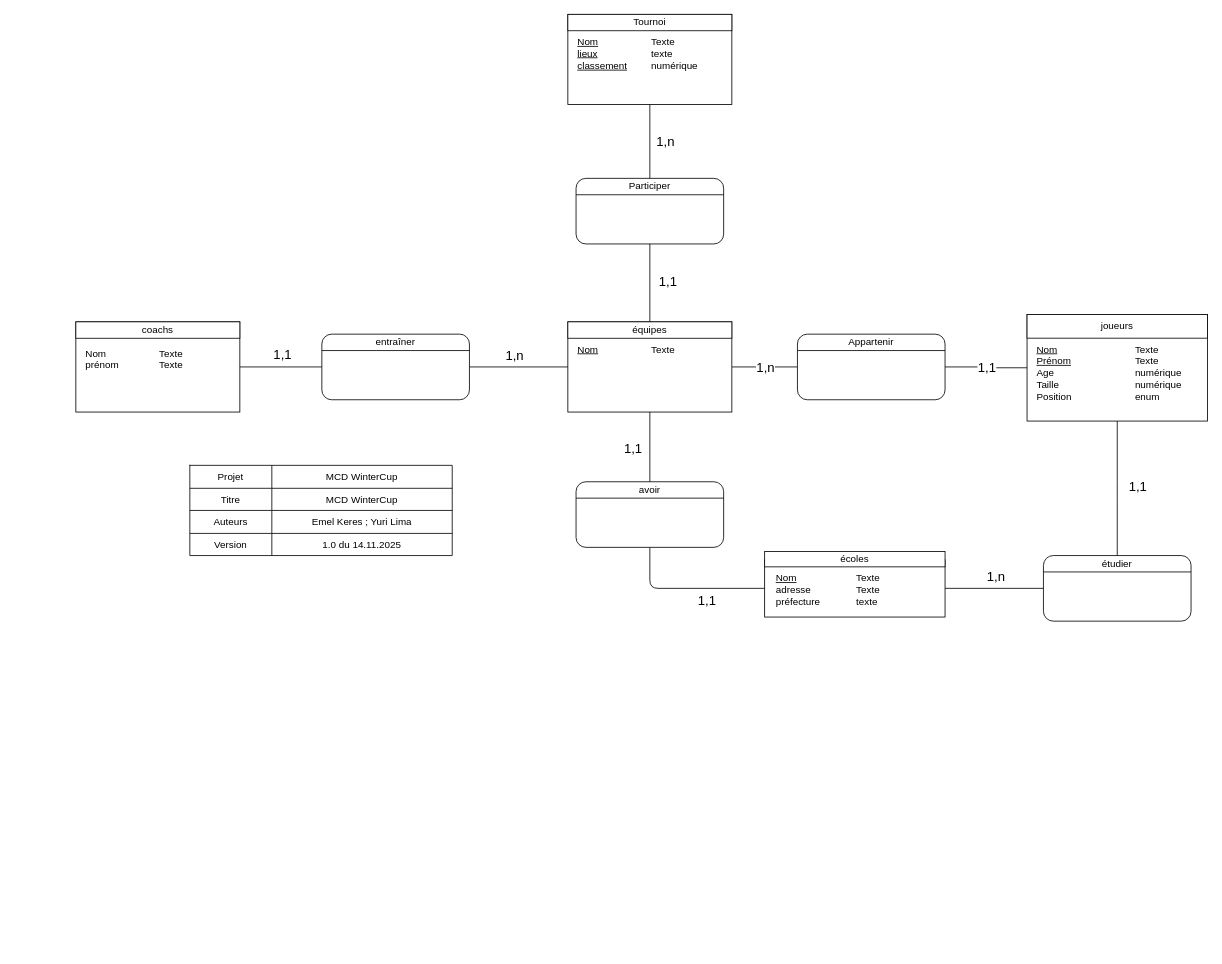
Before: mcd_WinterCup/MCD_WinterCup_EK_YL.drawio in yyl05/ProjDBPy_2025_WinterCup, a draw.io diagram. Source tidied: cells renumbered, new cells numbered last; positions are measured from the earlier drawing's top-left corner, leaving out a move shared by most shapes. Both pictures are drawn from the tidied source at 82%, with x=0, y=0 at pixel (75, 14).
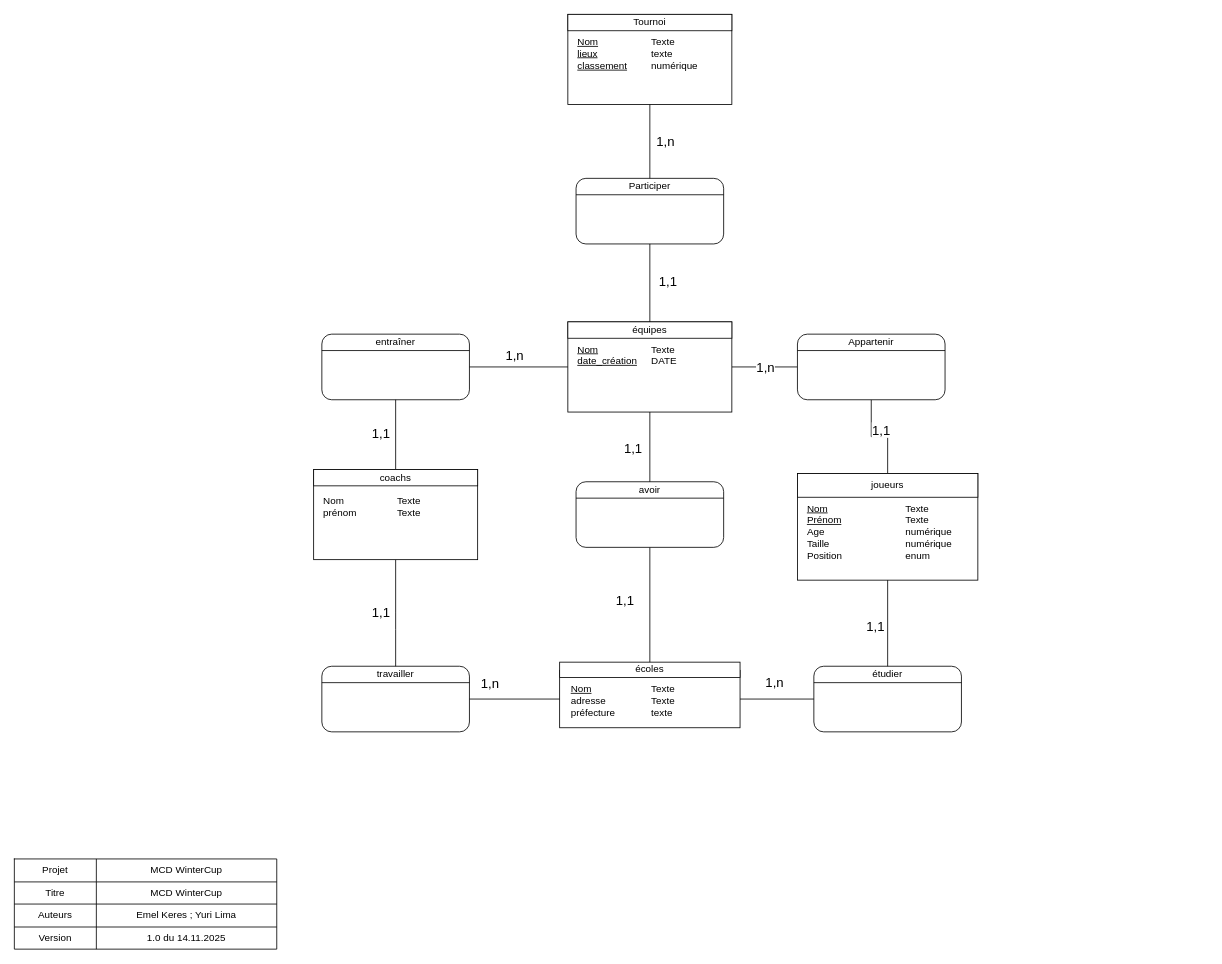
Above is the later version.

Commit message:
Modification du MCD, rajout des informations dans les tables

The change refers to these unchanged cells:
```xml
<mxCell id="6" style="group;" parent="1" vertex="1">
  <mxGeometry x="600" y="375" width="200" height="110" as="geometry" />
</mxCell>
<mxCell id="12" value="&lt;div style=&quot;box-sizing: border-box ; width: 100% ; padding: 2px&quot;&gt;&lt;br&gt;&lt;/div&gt;" style="verticalAlign=top;align=center;overflow=fill;html=1;rounded=1;shadow=0;comic=0;labelBackgroundColor=none;strokeColor=#000000;strokeWidth=1;fillColor=#ffffff;fontFamily=Verdana;fontSize=12;fontColor=#000000;" parent="11" vertex="1">
  <mxGeometry width="180" height="80" as="geometry" />
</mxCell>
<mxCell id="16" value="&lt;div style=&quot;box-sizing: border-box ; width: 100% ; padding: 2px&quot;&gt;&lt;br&gt;&lt;/div&gt;" style="verticalAlign=top;align=center;overflow=fill;html=1;rounded=0;shadow=0;comic=0;labelBackgroundColor=none;strokeColor=#000000;strokeWidth=1;fillColor=#ffffff;fontFamily=Verdana;fontSize=12;fontColor=#000000;" parent="15" vertex="1">
  <mxGeometry width="220" height="130" as="geometry" />
</mxCell>
<mxCell id="17" value="joueurs" style="rounded=0;whiteSpace=wrap;html=1;" parent="15" vertex="1">
  <mxGeometry width="220" height="28.9" as="geometry" />
</mxCell>
<mxCell id="21" value="&lt;div style=&quot;box-sizing: border-box ; width: 100% ; padding: 2px&quot;&gt;&lt;br&gt;&lt;/div&gt;" style="verticalAlign=top;align=center;overflow=fill;html=1;rounded=0;shadow=0;comic=0;labelBackgroundColor=none;strokeColor=#000000;strokeWidth=1;fillColor=#ffffff;fontFamily=Verdana;fontSize=12;fontColor=#000000;" parent="20" vertex="1">
  <mxGeometry width="220" height="70" as="geometry" />
</mxCell>
<mxCell id="22" value="écoles" style="rounded=0;whiteSpace=wrap;html=1;" parent="20" vertex="1">
  <mxGeometry y="-10" width="220" height="18.8" as="geometry" />
</mxCell>
<mxCell id="33" value="&lt;div style=&quot;box-sizing: border-box ; width: 100% ; padding: 2px&quot;&gt;&lt;br&gt;&lt;/div&gt;" style="verticalAlign=top;align=center;overflow=fill;html=1;rounded=1;shadow=0;comic=0;labelBackgroundColor=none;strokeColor=#000000;strokeWidth=1;fillColor=#ffffff;fontFamily=Verdana;fontSize=12;fontColor=#000000;" parent="32" vertex="1">
  <mxGeometry width="180" height="80" as="geometry" />
</mxCell>
<mxCell id="42" value="&lt;div style=&quot;box-sizing: border-box ; width: 100% ; padding: 2px&quot;&gt;&lt;br&gt;&lt;/div&gt;" style="verticalAlign=top;align=center;overflow=fill;html=1;rounded=1;shadow=0;comic=0;labelBackgroundColor=none;strokeColor=#000000;strokeWidth=1;fillColor=#ffffff;fontFamily=Verdana;fontSize=12;fontColor=#000000;" parent="41" vertex="1">
  <mxGeometry width="180" height="80" as="geometry" />
</mxCell>
<mxCell id="55" value="&lt;div style=&quot;box-sizing: border-box ; width: 100% ; padding: 2px&quot;&gt;&lt;br&gt;&lt;/div&gt;" style="verticalAlign=top;align=center;overflow=fill;html=1;rounded=1;shadow=0;comic=0;labelBackgroundColor=none;strokeColor=#000000;strokeWidth=1;fillColor=#ffffff;fontFamily=Verdana;fontSize=12;fontColor=#000000;" parent="54" vertex="1">
  <mxGeometry width="180" height="80" as="geometry" />
</mxCell>
```

Diff of the diagram source:
```diff
@@
-    <mxCell id="4" style="edgeStyle=orthogonalEdgeStyle;rounded=0;jettySize=auto;html=1;startArrow=none;startFill=0;endArrow=none;endFill=0;exitX=0;exitY=0.5;exitDx=0;exitDy=0;" parent="1" edge="1" source="16" target="12">
+    <mxCell id="4" style="edgeStyle=orthogonalEdgeStyle;rounded=0;jettySize=auto;html=1;startArrow=none;startFill=0;endArrow=none;endFill=0;exitX=0.5;exitY=0;exitDx=0;exitDy=0;" parent="1" edge="1" source="17" target="12">
       <mxGeometry relative="1" as="geometry" />
     </mxCell>
     <mxCell id="5" value="1,1" style="text;html=1;align=center;verticalAlign=middle;labelBackgroundColor=#ffffff;fontSize=16;" parent="4" vertex="1">
       <mxGeometry x="-0.65" relative="1" as="geometry">
-        <mxPoint x="-32" y="-1" as="offset" />
+        <mxPoint x="-9" y="-35" as="offset" />
       </mxGeometry>
     </mxCell>
@@
-    <mxCell id="9" value="&lt;u&gt;Nom&lt;br&gt;&lt;/u&gt;" style="text;html=1;strokeColor=none;fillColor=none;align=left;verticalAlign=top;whiteSpace=wrap;rounded=0;" parent="6" vertex="1">
+    <mxCell id="9" value="&lt;u&gt;Nom&lt;br&gt;date_création&lt;br&gt;&lt;/u&gt;" style="text;html=1;strokeColor=none;fillColor=none;align=left;verticalAlign=top;whiteSpace=wrap;rounded=0;" parent="6" vertex="1">
       <mxGeometry x="10" y="20" width="90" height="70" as="geometry" />
     </mxCell>
-    <mxCell id="10" value="Texte" style="text;html=1;strokeColor=none;fillColor=none;align=left;verticalAlign=top;whiteSpace=wrap;rounded=0;" parent="6" vertex="1">
+    <mxCell id="10" value="Texte&lt;br&gt;DATE" style="text;html=1;strokeColor=none;fillColor=none;align=left;verticalAlign=top;whiteSpace=wrap;rounded=0;" parent="6" vertex="1">
       <mxGeometry x="100" y="20" width="90" height="80" as="geometry" />
     </mxCell>
@@
     <mxCell id="15" style="group;" parent="1" vertex="1">
-      <mxGeometry x="1160" y="366" width="220" height="130" as="geometry" />
+      <mxGeometry x="880" y="560" width="220" height="130" as="geometry" />
     </mxCell>
@@
     <mxCell id="20" style="group;" parent="1" vertex="1">
-      <mxGeometry x="840" y="665" width="220" height="70" as="geometry" />
+      <mxGeometry x="590" y="800" width="220" height="70" as="geometry" />
     </mxCell>
@@
     <mxCell id="30" value="1,n" style="text;html=1;align=center;verticalAlign=middle;labelBackgroundColor=#ffffff;direction=south;fontSize=16;" parent="1" vertex="1">
-      <mxGeometry x="1090" y="670" as="geometry">
+      <mxGeometry x="820" y="800" as="geometry">
         <mxPoint x="31" y="14" as="offset" />
       </mxGeometry>
     </mxCell>
     <mxCell id="31" value="1,1" style="text;html=1;align=center;verticalAlign=middle;labelBackgroundColor=#ffffff;fontSize=16;" parent="1" vertex="1">
-      <mxGeometry x="1320" y="570" as="geometry">
+      <mxGeometry x="1000" y="740" as="geometry">
         <mxPoint x="-26" y="5" as="offset" />
       </mxGeometry>
     </mxCell>
     <mxCell id="32" style="group;" parent="1" vertex="1">
-      <mxGeometry x="1180" y="660" width="180" height="80" as="geometry" />
+      <mxGeometry x="900" y="795" width="180" height="80" as="geometry" />
     </mxCell>
@@
     <mxCell id="36" style="endArrow=none;html=1;entryX=0.5;entryY=1;entryDx=0;entryDy=0;exitX=0.5;exitY=0;exitDx=0;exitDy=0;" parent="1" edge="1" source="33" target="16">
-      <mxGeometry relative="1" as="geometry">
-        <Array as="points">
-          <mxPoint x="1270" y="580" />
-        </Array>
-      </mxGeometry>
+      <mxGeometry relative="1" as="geometry" />
     </mxCell>
@@
-    <mxCell id="38" style="endArrow=none;html=1;exitX=0;exitY=0.5;exitDx=0;exitDy=0;entryX=0.5;entryY=1;entryDx=0;entryDy=0;" parent="1" edge="1" source="21" target="42">
-      <mxGeometry relative="1" as="geometry">
-        <Array as="points">
-          <mxPoint x="700" y="700" />
-        </Array>
-      </mxGeometry>
+    <mxCell id="38" style="endArrow=none;html=1;exitX=0.5;exitY=0;exitDx=0;exitDy=0;entryX=0.5;entryY=1;entryDx=0;entryDy=0;" parent="1" edge="1" source="22" target="42">
+      <mxGeometry relative="1" as="geometry" />
     </mxCell>
     <mxCell id="39" value="&lt;font style=&quot;font-size: 16px&quot;&gt;1,1&lt;/font&gt;" style="text;html=1;strokeColor=none;fillColor=none;align=center;verticalAlign=middle;whiteSpace=wrap;rounded=0;" parent="1" vertex="1">
-      <mxGeometry x="740" y="700" width="60" height="30" as="geometry" />
+      <mxGeometry x="640" y="700" width="60" height="30" as="geometry" />
     </mxCell>
@@
-    <mxCell id="47" style="group;" parent="1" vertex="1">
-      <mxGeometry y="380" width="200" height="110" as="geometry" />
-    </mxCell>
-    <mxCell id="48" value="&lt;div style=&quot;box-sizing: border-box ; width: 100% ; padding: 2px&quot;&gt;&lt;br&gt;&lt;/div&gt;" style="verticalAlign=top;align=center;overflow=fill;html=1;rounded=0;shadow=0;comic=0;labelBackgroundColor=none;strokeColor=#000000;strokeWidth=1;fillColor=#ffffff;fontFamily=Verdana;fontSize=12;fontColor=#000000;" parent="47" vertex="1">
-      <mxGeometry y="-5" width="200" height="110" as="geometry" />
-    </mxCell>
-    <mxCell id="49" value="coachs" style="rounded=0;whiteSpace=wrap;html=1;" parent="47" vertex="1">
-      <mxGeometry y="-5" width="200" height="20" as="geometry" />
-    </mxCell>
-    <mxCell id="50" value="Nom&lt;br&gt;prénom" style="text;html=1;strokeColor=none;fillColor=none;align=left;verticalAlign=top;whiteSpace=wrap;rounded=0;" parent="47" vertex="1">
-      <mxGeometry x="10" y="20" width="90" height="70" as="geometry" />
-    </mxCell>
-    <mxCell id="51" value="Texte&lt;br&gt;Texte" style="text;html=1;strokeColor=none;fillColor=none;align=left;verticalAlign=top;whiteSpace=wrap;rounded=0;" parent="47" vertex="1">
-      <mxGeometry x="100" y="20" width="90" height="80" as="geometry" />
-    </mxCell>
     <mxCell id="52" value="1,1" style="text;html=1;align=center;verticalAlign=middle;labelBackgroundColor=#ffffff;direction=south;fontSize=16;" parent="1" vertex="1">
-      <mxGeometry x="220" y="400" as="geometry">
+      <mxGeometry x="340" y="496" as="geometry">
         <mxPoint x="31" y="14" as="offset" />
       </mxGeometry>
     </mxCell>
@@
-    <mxCell id="59" style="endArrow=none;html=1;exitX=1;exitY=0.5;exitDx=0;exitDy=0;entryX=0;entryY=0.5;entryDx=0;entryDy=0;" parent="1" edge="1" source="48" target="55">
+    <mxCell id="59" style="endArrow=none;html=1;exitX=0.5;exitY=0;exitDx=0;exitDy=0;entryX=0.5;entryY=1;entryDx=0;entryDy=0;" parent="1" edge="1" source="48" target="55">
       <mxGeometry relative="1" as="geometry" />
     </mxCell>
@@
+    <mxCell id="81" value="1,1" style="text;html=1;align=center;verticalAlign=middle;labelBackgroundColor=#ffffff;direction=south;fontSize=16;" parent="1" vertex="1">
+      <mxGeometry x="340" y="715" as="geometry">
+        <mxPoint x="31" y="14" as="offset" />
+      </mxGeometry>
+    </mxCell>
+    <mxCell id="82" value="1,n" style="text;html=1;align=center;verticalAlign=middle;labelBackgroundColor=#ffffff;fontSize=16;" parent="1" vertex="1">
+      <mxGeometry x="530" y="810" as="geometry">
+        <mxPoint x="-26" y="5" as="offset" />
+      </mxGeometry>
+    </mxCell>
+    <mxCell id="83" style="group;" parent="1" vertex="1">
+      <mxGeometry x="300" y="795" width="180" height="80" as="geometry" />
+    </mxCell>
+    <mxCell id="84" value="&lt;div style=&quot;box-sizing: border-box ; width: 100% ; padding: 2px&quot;&gt;&lt;br&gt;&lt;/div&gt;" style="verticalAlign=top;align=center;overflow=fill;html=1;rounded=1;shadow=0;comic=0;labelBackgroundColor=none;strokeColor=#000000;strokeWidth=1;fillColor=#ffffff;fontFamily=Verdana;fontSize=12;fontColor=#000000;" parent="83" vertex="1">
+      <mxGeometry width="180" height="80" as="geometry" />
+    </mxCell>
+    <mxCell id="85" style="endArrow=none;html=1;entryX=1;entryY=0.25;entryDx=0;entryDy=0;exitX=0;exitY=0.25;exitDx=0;exitDy=0;" parent="83" edge="1" source="84" target="84">
+      <mxGeometry relative="1" as="geometry" />
+    </mxCell>
+    <mxCell id="86" value="&lt;font color=&quot;#000000&quot;&gt;travailler&lt;/font&gt;" style="text;html=1;strokeColor=none;fillColor=none;align=center;verticalAlign=middle;whiteSpace=wrap;rounded=0;" parent="83" vertex="1">
+      <mxGeometry x="21" width="138" height="20" as="geometry" />
+    </mxCell>
+    <mxCell id="87" style="group;" parent="1" vertex="1">
+      <mxGeometry x="-75" y="1030" width="320" height="110" as="geometry" />
+    </mxCell>
+    <mxCell id="88" style="group;" parent="87" vertex="1">
+      <mxGeometry width="320" height="110" as="geometry" />
+    </mxCell>
+    <mxCell id="89" style="group;" parent="88" vertex="1">
+      <mxGeometry width="320" height="110" as="geometry" />
+    </mxCell>
-    <mxCell id="68" style="shape=table;html=1;whiteSpace=wrap;startSize=0;childLayout=tableLayout;" parent="1" vertex="1">
-      <mxGeometry x="139" y="550" width="320" height="110" as="geometry" />
+    <mxCell id="68" style="shape=table;html=1;whiteSpace=wrap;startSize=0;childLayout=tableLayout;" parent="89" vertex="1">
+      <mxGeometry width="320" height="110" as="geometry" />
     </mxCell>
@@
+    <mxCell id="90" style="endArrow=none;html=1;entryX=0.5;entryY=0;entryDx=0;entryDy=0;exitX=0.5;exitY=1;exitDx=0;exitDy=0;" parent="1" edge="1" source="48" target="86">
+      <mxGeometry relative="1" as="geometry">
+        <Array as="points">
+          <mxPoint x="390" y="740" />
+        </Array>
+      </mxGeometry>
+    </mxCell>
+    <mxCell id="91" style="endArrow=none;html=1;exitX=1;exitY=0.5;exitDx=0;exitDy=0;entryX=0;entryY=0.5;entryDx=0;entryDy=0;" parent="1" edge="1" source="84" target="21">
+      <mxGeometry relative="1" as="geometry" />
+    </mxCell>
+    <mxCell id="92" style="group;" parent="1" vertex="1">
+      <mxGeometry x="290" y="560" width="200" height="110" as="geometry" />
+    </mxCell>
+    <mxCell id="47" style="group;" parent="92" vertex="1">
+      <mxGeometry width="200" height="110" as="geometry" />
+    </mxCell>
+    <mxCell id="48" value="&lt;div style=&quot;box-sizing: border-box ; width: 100% ; padding: 2px&quot;&gt;&lt;br&gt;&lt;/div&gt;" style="verticalAlign=top;align=center;overflow=fill;html=1;rounded=0;shadow=0;comic=0;labelBackgroundColor=none;strokeColor=#000000;strokeWidth=1;fillColor=#ffffff;fontFamily=Verdana;fontSize=12;fontColor=#000000;" parent="47" vertex="1">
+      <mxGeometry y="-5" width="200" height="110" as="geometry" />
+    </mxCell>
+    <mxCell id="49" value="coachs" style="rounded=0;whiteSpace=wrap;html=1;" parent="47" vertex="1">
+      <mxGeometry y="-5" width="200" height="20" as="geometry" />
+    </mxCell>
+    <mxCell id="50" value="Nom&lt;br&gt;prénom" style="text;html=1;strokeColor=none;fillColor=none;align=left;verticalAlign=top;whiteSpace=wrap;rounded=0;" parent="47" vertex="1">
+      <mxGeometry x="10" y="20" width="90" height="70" as="geometry" />
+    </mxCell>
+    <mxCell id="51" value="Texte&lt;br&gt;Texte" style="text;html=1;strokeColor=none;fillColor=none;align=left;verticalAlign=top;whiteSpace=wrap;rounded=0;" parent="47" vertex="1">
+      <mxGeometry x="100" y="20" width="90" height="80" as="geometry" />
+    </mxCell>
```
